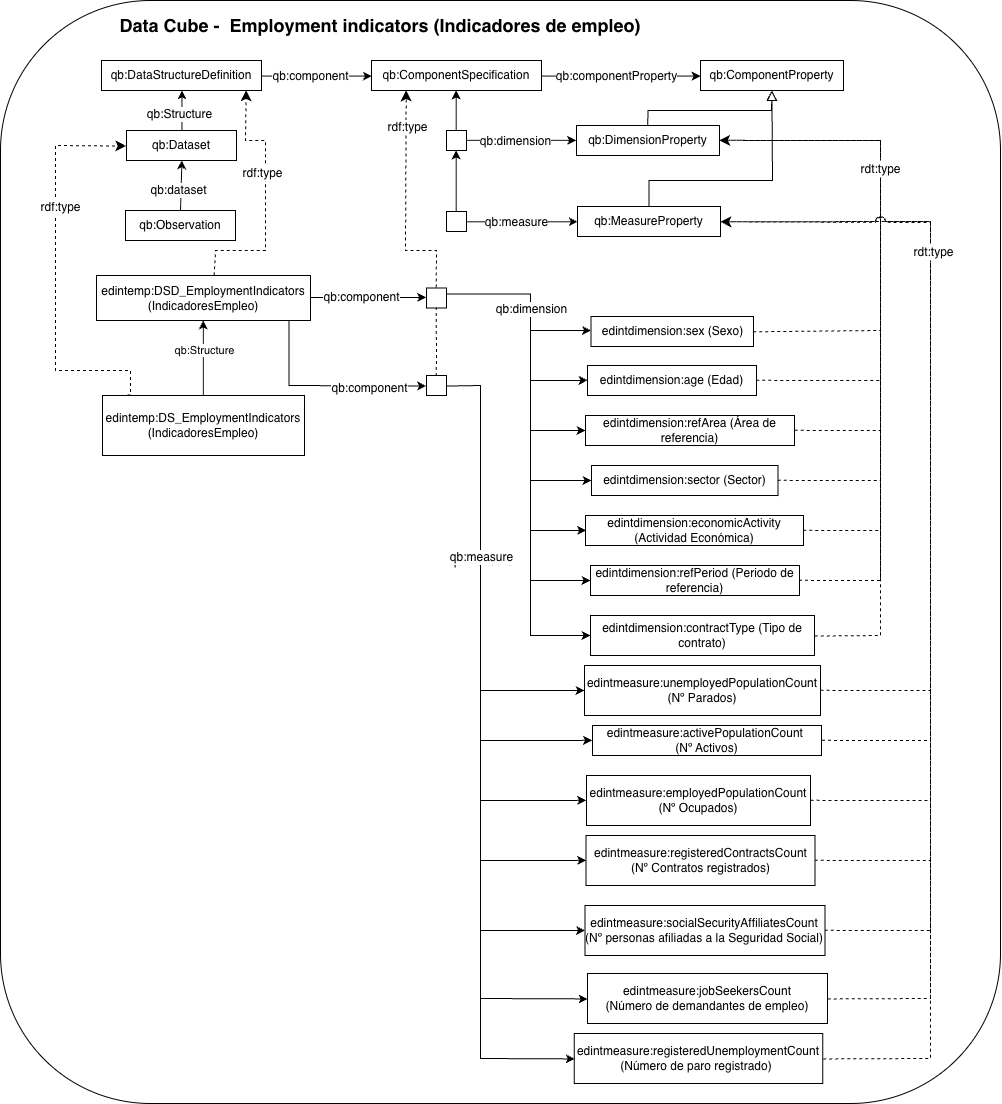
This is diagrams/diagram.png from EDINT-Ontologia/edint-cubo-empleo, a draw.io export, as it was before one commit. Source tidied: cells renumbered, new cells last; positions are measured from the earlier drawing's top-left corner, leaving out a move shared by most shapes.
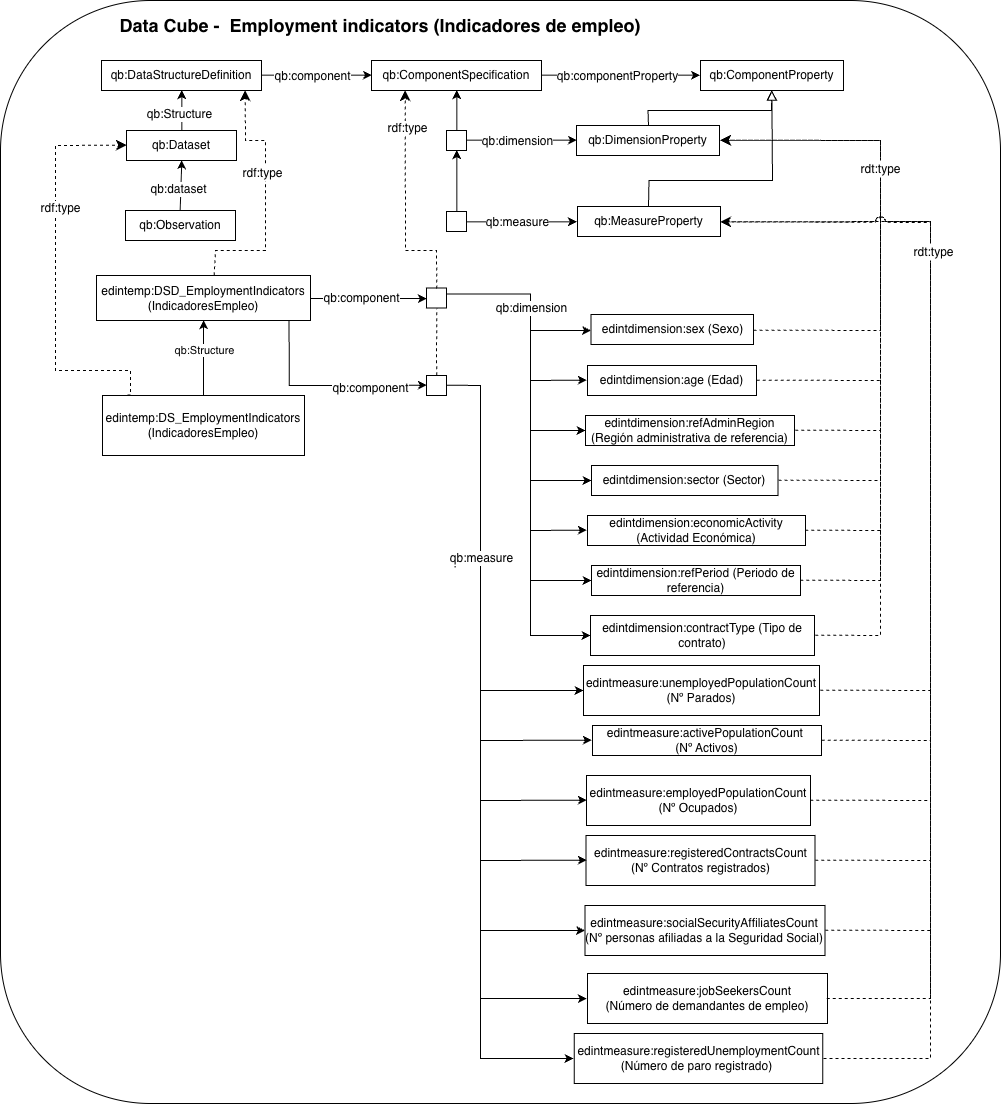
After the change.

What changed in the source:
```diff
@@ -232,7 +232,7 @@
       <mxGeometry x="587" y="365" width="169" height="30" as="geometry" />
     </mxCell>
     <mxCell id="47" value="edintmeasure:unemployedPopulationCount&lt;div&gt;(Nº Parados)&lt;/div&gt;" style="rounded=0;whiteSpace=wrap;html=1;snapToPoint=1;points=[[0.1,0],[0.2,0],[0.3,0],[0.4,0],[0.5,0],[0.6,0],[0.7,0],[0.8,0],[0.9,0],[0,0.1],[0,0.3],[0,0.5],[0,0.7],[0,0.9],[0.1,1],[0.2,1],[0.3,1],[0.4,1],[0.5,1],[0.6,1],[0.7,1],[0.8,1],[0.9,1],[1,0.1],[1,0.3],[1,0.5],[1,0.7],[1,0.9]];" parent="1" vertex="1">
-      <mxGeometry x="584" y="665" width="236" height="50" as="geometry" />
+      <mxGeometry x="583" y="665" width="236" height="50" as="geometry" />
     </mxCell>
     <mxCell id="48" style="rounded=0;whiteSpace=wrap;html=1;snapToPoint=1;points=[[0.1,0],[0.2,0],[0.3,0],[0.4,0],[0.5,0],[0.6,0],[0.7,0],[0.8,0],[0.9,0],[0,0.1],[0,0.3],[0,0.5],[0,0.7],[0,0.9],[0.1,1],[0.2,1],[0.3,1],[0.4,1],[0.5,1],[0.6,1],[0.7,1],[0.8,1],[0.9,1],[1,0.1],[1,0.3],[1,0.5],[1,0.7],[1,0.9]];" parent="1" vertex="1">
       <mxGeometry x="426" y="287.5" width="20" height="20" as="geometry" />
@@ -284,11 +284,11 @@
     <mxCell id="57" value="&lt;div&gt;&lt;font style=&quot;font-size: 18px;&quot;&gt;Data Cube -&amp;nbsp; Employment indicators (Indicadores de empleo)&lt;/font&gt;&lt;/div&gt;" style="text;html=1;whiteSpace=wrap;strokeColor=none;fillColor=none;align=center;verticalAlign=middle;rounded=0;fontStyle=1;fontSize=12;" parent="1" vertex="1">
       <mxGeometry x="110" y="10" width="540" height="30" as="geometry" />
     </mxCell>
-    <mxCell id="58" value="edintdimension:refArea (Área de referencia)" style="rounded=0;whiteSpace=wrap;html=1;snapToPoint=1;points=[[0.1,0],[0.2,0],[0.3,0],[0.4,0],[0.5,0],[0.6,0],[0.7,0],[0.8,0],[0.9,0],[0,0.1],[0,0.3],[0,0.5],[0,0.7],[0,0.9],[0.1,1],[0.2,1],[0.3,1],[0.4,1],[0.5,1],[0.6,1],[0.7,1],[0.8,1],[0.9,1],[1,0.1],[1,0.3],[1,0.5],[1,0.7],[1,0.9]];" parent="1" vertex="1">
+    <mxCell id="58" value="edintdimension:refAdminRegion (Región administrativa de referencia)" style="rounded=0;whiteSpace=wrap;html=1;snapToPoint=1;points=[[0.1,0],[0.2,0],[0.3,0],[0.4,0],[0.5,0],[0.6,0],[0.7,0],[0.8,0],[0.9,0],[0,0.1],[0,0.3],[0,0.5],[0,0.7],[0,0.9],[0.1,1],[0.2,1],[0.3,1],[0.4,1],[0.5,1],[0.6,1],[0.7,1],[0.8,1],[0.9,1],[1,0.1],[1,0.3],[1,0.5],[1,0.7],[1,0.9]];" parent="1" vertex="1">
       <mxGeometry x="585" y="415" width="209" height="30" as="geometry" />
     </mxCell>
     <mxCell id="59" value="edintdimension:refPeriod (Periodo de referencia)" style="rounded=0;whiteSpace=wrap;html=1;snapToPoint=1;points=[[0.1,0],[0.2,0],[0.3,0],[0.4,0],[0.5,0],[0.6,0],[0.7,0],[0.8,0],[0.9,0],[0,0.1],[0,0.3],[0,0.5],[0,0.7],[0,0.9],[0.1,1],[0.2,1],[0.3,1],[0.4,1],[0.5,1],[0.6,1],[0.7,1],[0.8,1],[0.9,1],[1,0.1],[1,0.3],[1,0.5],[1,0.7],[1,0.9]];" parent="1" vertex="1">
-      <mxGeometry x="590" y="565" width="209" height="30" as="geometry" />
+      <mxGeometry x="591" y="565" width="209" height="30" as="geometry" />
     </mxCell>
     <mxCell id="60" value="edintdimension:contractType (Tipo de contrato)" style="rounded=0;whiteSpace=wrap;html=1;snapToPoint=1;points=[[0.1,0],[0.2,0],[0.3,0],[0.4,0],[0.5,0],[0.6,0],[0.7,0],[0.8,0],[0.9,0],[0,0.1],[0,0.3],[0,0.5],[0,0.7],[0,0.9],[0.1,1],[0.2,1],[0.3,1],[0.4,1],[0.5,1],[0.6,1],[0.7,1],[0.8,1],[0.9,1],[1,0.1],[1,0.3],[1,0.5],[1,0.7],[1,0.9]];" parent="1" vertex="1">
       <mxGeometry x="590" y="615" width="224" height="40" as="geometry" />
@@ -414,7 +414,7 @@
       </mxGeometry>
     </mxCell>
     <mxCell id="80" value="edintdimension:economicActivity&lt;div&gt;(Actividad Económica)&lt;/div&gt;" style="rounded=0;whiteSpace=wrap;html=1;snapToPoint=1;points=[[0.1,0],[0.2,0],[0.3,0],[0.4,0],[0.5,0],[0.6,0],[0.7,0],[0.8,0],[0.9,0],[0,0.1],[0,0.3],[0,0.5],[0,0.7],[0,0.9],[0.1,1],[0.2,1],[0.3,1],[0.4,1],[0.5,1],[0.6,1],[0.7,1],[0.8,1],[0.9,1],[1,0.1],[1,0.3],[1,0.5],[1,0.7],[1,0.9]];" parent="1" vertex="1">
-      <mxGeometry x="585" y="515" width="218" height="30" as="geometry" />
+      <mxGeometry x="587" y="515" width="218" height="30" as="geometry" />
     </mxCell>
     <mxCell id="81" style="endArrow=classic;html=1;endSize=8;arcSize=0;rounded=0;dashed=1;edgeStyle=orthogonalEdgeStyle;" parent="1" edge="1" source="59" target="22">
       <mxGeometry relative="1" as="geometry">
@@ -441,7 +441,7 @@
       </mxGeometry>
     </mxCell>
     <mxCell id="84" value="edintdimension:sex (Sexo)" style="rounded=0;whiteSpace=wrap;html=1;snapToPoint=1;points=[[0.1,0],[0.2,0],[0.3,0],[0.4,0],[0.5,0],[0.6,0],[0.7,0],[0.8,0],[0.9,0],[0,0.1],[0,0.3],[0,0.5],[0,0.7],[0,0.9],[0.1,1],[0.2,1],[0.3,1],[0.4,1],[0.5,1],[0.6,1],[0.7,1],[0.8,1],[0.9,1],[1,0.1],[1,0.3],[1,0.5],[1,0.7],[1,0.9]];" parent="1" vertex="1">
-      <mxGeometry x="590.5" y="316" width="162.5" height="30" as="geometry" />
+      <mxGeometry x="590.5" y="314" width="162.5" height="30" as="geometry" />
     </mxCell>
     <mxCell id="85" value="edintmeasure:jobSeekersCount&lt;div&gt;(&lt;span style=&quot;background-color: transparent;&quot;&gt;Número de demandantes de empleo)&lt;/span&gt;&lt;/div&gt;" style="rounded=0;whiteSpace=wrap;html=1;snapToPoint=1;points=[[0.1,0],[0.2,0],[0.3,0],[0.4,0],[0.5,0],[0.6,0],[0.7,0],[0.8,0],[0.9,0],[0,0.1],[0,0.3],[0,0.5],[0,0.7],[0,0.9],[0.1,1],[0.2,1],[0.3,1],[0.4,1],[0.5,1],[0.6,1],[0.7,1],[0.8,1],[0.9,1],[1,0.1],[1,0.3],[1,0.5],[1,0.7],[1,0.9]];" parent="1" vertex="1">
       <mxGeometry x="587" y="973" width="240" height="50" as="geometry" />
```
